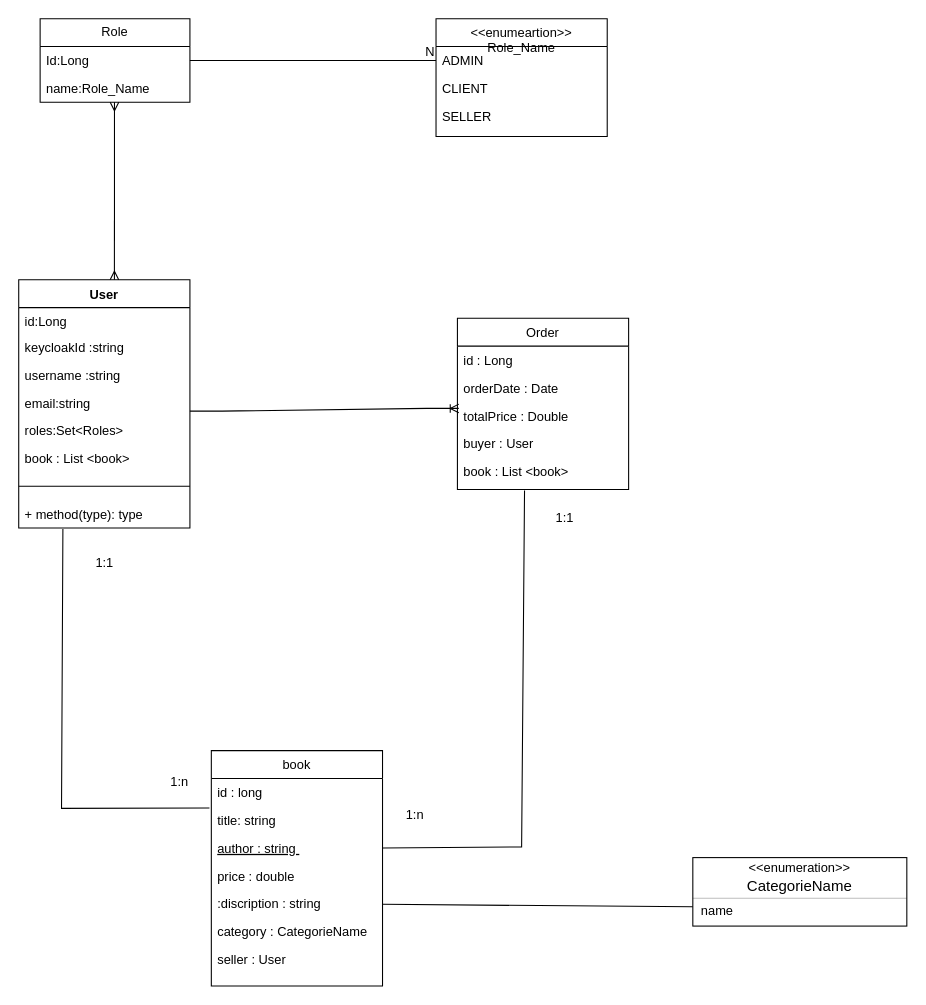
Above: Book-Marketplace-diag.drawio in Books-Marketplace/books-marketplace-be (draw.io), before the change. Source tidied: cells renumbered, new cells numbered last; positions are measured from the earlier drawing's top-left corner, leaving out a move shared by most shapes. Both pictures are drawn from the tidied source at 107%, with x=0, y=0 at pixel (18, 18).
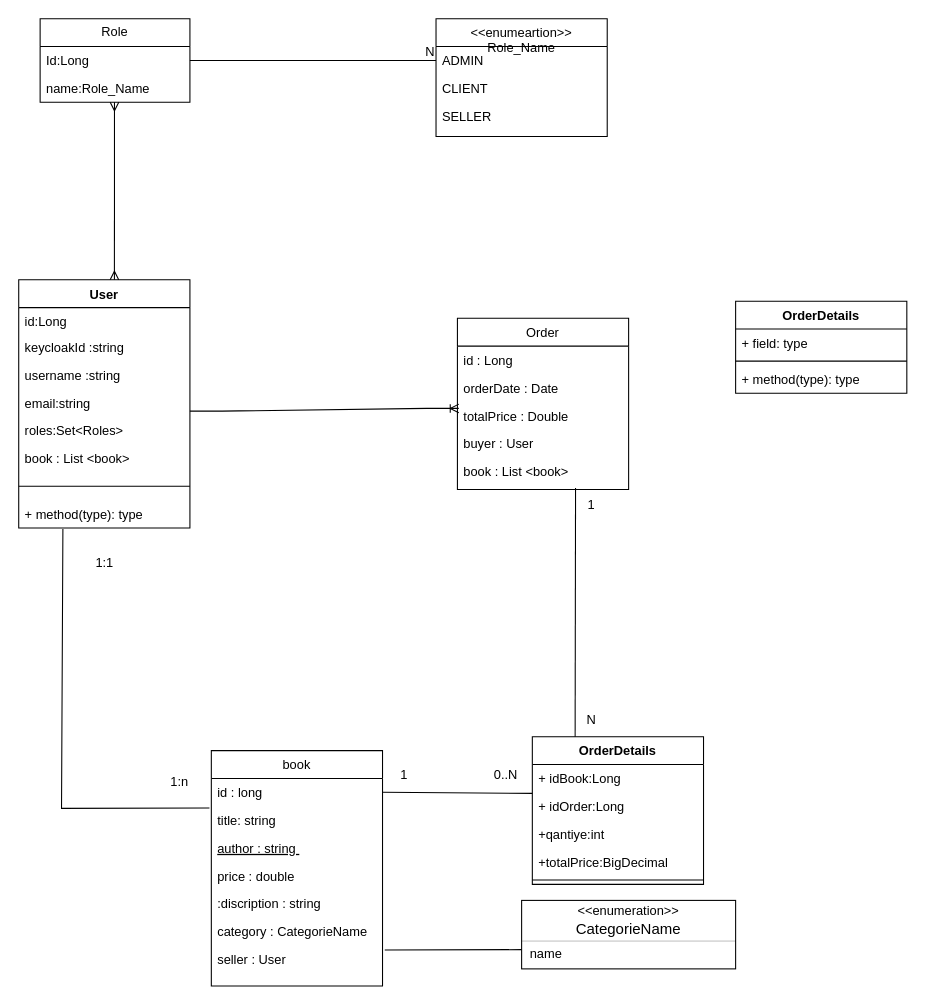
Above is the later version.

Commit message (it also covers changes not shown here):
create new OrderDetails entity and modify the use case diagram .

The change refers to these unchanged cells:
```xml
<mxCell id="3" value="id : long" style="text;align=left;verticalAlign=top;spacingLeft=4;spacingRight=4;overflow=hidden;points=[[0,0.5],[1,0.5]];portConstraint=eastwest;" parent="2" vertex="1">
  <mxGeometry y="26" width="160" height="26" as="geometry" />
</mxCell>
<mxCell id="5" value="author : string " style="text;align=left;verticalAlign=top;spacingLeft=4;spacingRight=4;overflow=hidden;points=[[0,0.5],[1,0.5]];portConstraint=eastwest;fontStyle=4;" parent="2" vertex="1">
  <mxGeometry y="78" width="160" height="26" as="geometry" />
</mxCell>
<mxCell id="7" value=":discription : string" style="text;align=left;verticalAlign=top;spacingLeft=4;spacingRight=4;overflow=hidden;points=[[0,0.5],[1,0.5]];portConstraint=eastwest;" parent="2" vertex="1">
  <mxGeometry y="130" width="160" height="26" as="geometry" />
</mxCell>
<mxCell id="9" value="seller : User" style="text;align=left;verticalAlign=top;spacingLeft=4;spacingRight=4;overflow=hidden;points=[[0,0.5],[1,0.5]];portConstraint=eastwest;" parent="2" vertex="1">
  <mxGeometry y="182" width="160" height="26" as="geometry" />
</mxCell>
<mxCell id="15" value="book : List &lt;book&gt;" style="text;align=left;verticalAlign=top;spacingLeft=4;spacingRight=4;overflow=hidden;points=[[0,0.5],[1,0.5]];portConstraint=eastwest;rounded=0;shadow=0;html=0;" parent="10" vertex="1">
  <mxGeometry y="130" width="160" height="26" as="geometry" />
</mxCell>
<mxCell id="38" value="name" style="html=1;align=left;spacing=0;spacingLeft=8;verticalAlign=middle;strokeColor=none;fillColor=none;whiteSpace=wrap;" parent="34" vertex="1">
  <mxGeometry y="42" width="200" height="16" as="geometry" />
</mxCell>
```

The edit, as a diff of the source:
```diff
@@
     <mxCell id="34" style="fontStyle=1;align=center;verticalAlign=middle;horizontal=1;" parent="1" vertex="1">
-      <mxGeometry x="630" y="784" width="200" height="64" as="geometry" />
+      <mxGeometry x="470" y="824" width="200" height="64" as="geometry" />
     </mxCell>
@@
-    <mxCell id="40" style="endArrow=none;html=1;rounded=0;exitX=1;exitY=0.5;exitDx=0;exitDy=0;entryX=0.392;entryY=1.192;entryDx=0;entryDy=0;entryPerimeter=0;" parent="1" edge="1" source="5" target="15">
-      <mxGeometry relative="1" as="geometry">
-        <Array as="points">
-          <mxPoint x="470" y="774" />
-        </Array>
-      </mxGeometry>
-    </mxCell>
@@
-    <mxCell id="44" style="endArrow=none;html=1;rounded=0;entryX=0;entryY=0.25;entryDx=0;entryDy=0;" parent="1" edge="1" source="7" target="38">
+    <mxCell id="44" style="endArrow=none;html=1;rounded=0;entryX=0;entryY=0.25;entryDx=0;entryDy=0;exitX=1.013;exitY=0.167;exitDx=0;exitDy=0;exitPerimeter=0;" parent="1" edge="1" source="9" target="38">
       <mxGeometry relative="1" as="geometry" />
     </mxCell>
-    <mxCell id="45" value="1:1" style="text;html=1;align=center;verticalAlign=middle;strokeColor=none;fillColor=none;" parent="1" vertex="1">
-      <mxGeometry x="490" y="452" width="40" height="30" as="geometry" />
-    </mxCell>
-    <mxCell id="46" value="1:n" style="text;html=1;align=center;verticalAlign=middle;strokeColor=none;fillColor=none;" parent="1" vertex="1">
-      <mxGeometry x="350" y="729" width="40" height="30" as="geometry" />
-    </mxCell>
@@
+    <mxCell id="49" value="OrderDetails" style="swimlane;fontStyle=1;align=center;verticalAlign=top;horizontal=1;startSize=26;whiteSpace=wrap;html=1;" parent="1" vertex="1">
+      <mxGeometry x="670" y="264" width="160" height="86" as="geometry" />
+    </mxCell>
+    <mxCell id="50" value="+ field: type" style="text;strokeColor=none;fillColor=none;align=left;verticalAlign=top;spacingLeft=4;spacingRight=4;overflow=hidden;whiteSpace=wrap;html=1;" parent="49" vertex="1">
+      <mxGeometry y="26" width="160" height="26" as="geometry" />
+    </mxCell>
+    <mxCell id="51" style="line;strokeWidth=1;fillColor=none;align=left;verticalAlign=middle;spacingTop=-1;spacingLeft=3;spacingRight=3;labelPosition=right;strokeColor=inherit;" parent="49" vertex="1">
+      <mxGeometry y="52" width="160" height="8" as="geometry" />
+    </mxCell>
+    <mxCell id="52" value="+ method(type): type" style="text;strokeColor=none;fillColor=none;align=left;verticalAlign=top;spacingLeft=4;spacingRight=4;overflow=hidden;whiteSpace=wrap;html=1;" parent="49" vertex="1">
+      <mxGeometry y="60" width="160" height="26" as="geometry" />
+    </mxCell>
+    <mxCell id="53" value="OrderDetails" style="swimlane;fontStyle=1;align=center;verticalAlign=top;horizontal=1;startSize=26;whiteSpace=wrap;html=1;" parent="1" vertex="1">
+      <mxGeometry x="480" y="671" width="160" height="138" as="geometry" />
+    </mxCell>
+    <mxCell id="54" value="+ idBook:Long" style="text;strokeColor=none;fillColor=none;align=left;verticalAlign=top;spacingLeft=4;spacingRight=4;overflow=hidden;whiteSpace=wrap;html=1;" parent="53" vertex="1">
+      <mxGeometry y="26" width="160" height="26" as="geometry" />
+    </mxCell>
+    <mxCell id="55" value="+ idOrder:Long" style="text;strokeColor=none;fillColor=none;align=left;verticalAlign=top;spacingLeft=4;spacingRight=4;overflow=hidden;points=[[0,0.5],[1,0.5]];portConstraint=eastwest;whiteSpace=wrap;html=1;" parent="53" vertex="1">
+      <mxGeometry y="52" width="160" height="26" as="geometry" />
+    </mxCell>
+    <mxCell id="56" value="+qantiye:int" style="text;strokeColor=none;fillColor=none;align=left;verticalAlign=top;spacingLeft=4;spacingRight=4;overflow=hidden;whiteSpace=wrap;html=1;" parent="53" vertex="1">
+      <mxGeometry y="78" width="160" height="26" as="geometry" />
+    </mxCell>
+    <mxCell id="57" value="+totalPrice:BigDecimal" style="text;strokeColor=none;fillColor=none;align=left;verticalAlign=top;spacingLeft=4;spacingRight=4;overflow=hidden;whiteSpace=wrap;html=1;" parent="53" vertex="1">
+      <mxGeometry y="104" width="160" height="26" as="geometry" />
+    </mxCell>
+    <mxCell id="58" style="line;strokeWidth=1;fillColor=none;align=left;verticalAlign=middle;spacingTop=-1;spacingLeft=3;spacingRight=3;labelPosition=right;strokeColor=inherit;" parent="53" vertex="1">
+      <mxGeometry y="130" width="160" height="8" as="geometry" />
+    </mxCell>
+    <mxCell id="59" style="endArrow=none;html=1;rounded=0;exitX=1;exitY=0.5;exitDx=0;exitDy=0;entryX=0;entryY=0.038;entryDx=0;entryDy=0;entryPerimeter=0;" parent="1" edge="1" source="3" target="55">
+      <mxGeometry relative="1" as="geometry" />
+    </mxCell>
+    <mxCell id="60" style="endArrow=none;html=1;rounded=0;entryX=0.69;entryY=1.103;entryDx=0;entryDy=0;entryPerimeter=0;exitX=0.25;exitY=0;exitDx=0;exitDy=0;" parent="1" edge="1" source="53" target="15">
+      <mxGeometry relative="1" as="geometry" />
+    </mxCell>
+    <mxCell id="61" value="1" style="text;html=1;align=center;verticalAlign=middle;strokeColor=none;fillColor=none;" parent="1" vertex="1">
+      <mxGeometry x="345" y="692" width="30" height="30" as="geometry" />
+    </mxCell>
+    <mxCell id="62" value="0..N" style="text;html=1;align=center;verticalAlign=middle;strokeColor=none;fillColor=none;" parent="1" vertex="1">
+      <mxGeometry x="430" y="692" width="50" height="30" as="geometry" />
+    </mxCell>
+    <mxCell id="63" value="N" style="text;html=1;align=center;verticalAlign=middle;strokeColor=none;fillColor=none;" parent="1" vertex="1">
+      <mxGeometry x="520" y="641" width="30" height="30" as="geometry" />
+    </mxCell>
+    <mxCell id="64" value="1" style="text;html=1;align=center;verticalAlign=middle;strokeColor=none;fillColor=none;" parent="1" vertex="1">
+      <mxGeometry x="520" y="440" width="30" height="30" as="geometry" />
+    </mxCell>
```
